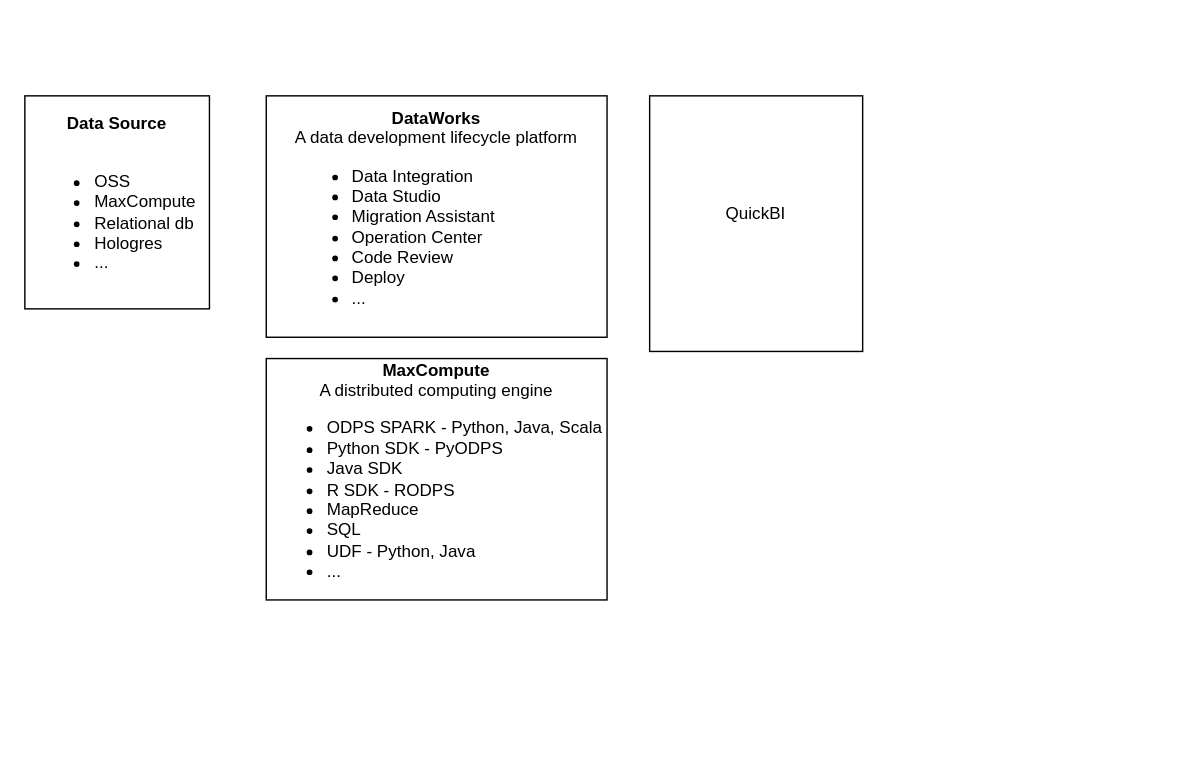
Before: review.drawio in huangdgm/drawio, a draw.io diagram. Source tidied: cells renumbered, new cells numbered last; positions are measured from the earlier drawing's top-left corner, leaving out a move shared by most shapes. Both pictures are drawn from the tidied source at 142%, with x=0, y=0 at pixel (24, 95).
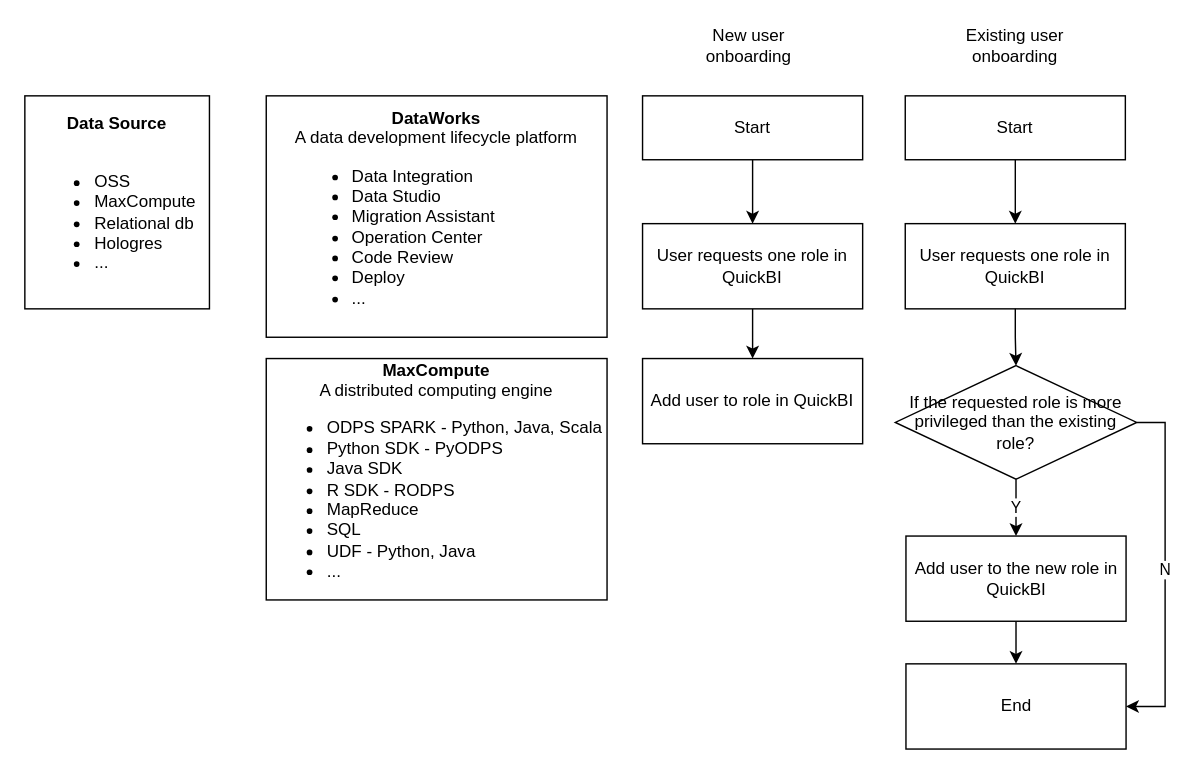
The same page after the edit.

The edit, as a diff of the source:
```diff
@@
+    <mxCell id="6" style="edgeStyle=orthogonalEdgeStyle;rounded=0;jettySize=auto;html=1;exitX=0.5;exitY=1;exitDx=0;exitDy=0;entryX=0.5;entryY=0;entryDx=0;entryDy=0;" parent="1" edge="1" source="2" target="8">
+      <mxGeometry relative="1" as="geometry" />
+    </mxCell>
-    <mxCell id="2" value="QuickBI&lt;br&gt;&lt;br&gt;" style="rounded=0;whiteSpace=wrap;html=1;" parent="1" vertex="1">
-      <mxGeometry x="440" width="150" height="180" as="geometry" />
+    <mxCell id="2" value="Start" style="rounded=0;whiteSpace=wrap;html=1;" parent="1" vertex="1">
+      <mxGeometry x="435" width="155" height="45" as="geometry" />
     </mxCell>
@@
+    <mxCell id="7" style="edgeStyle=orthogonalEdgeStyle;rounded=0;jettySize=auto;html=1;" parent="1" edge="1" source="8" target="9">
+      <mxGeometry relative="1" as="geometry" />
+    </mxCell>
+    <mxCell id="8" value="User requests one role in QuickBI" style="whiteSpace=wrap;html=1;rounded=0;" parent="1" vertex="1">
+      <mxGeometry x="435" y="90" width="155" height="60" as="geometry" />
+    </mxCell>
+    <mxCell id="9" value="Add user to role in QuickBI" style="whiteSpace=wrap;html=1;rounded=0;" parent="1" vertex="1">
+      <mxGeometry x="435" y="185" width="155" height="60" as="geometry" />
+    </mxCell>
+    <mxCell id="10" value="New user onboarding" style="text;html=1;strokeColor=none;fillColor=none;align=center;verticalAlign=middle;whiteSpace=wrap;rounded=0;" parent="1" vertex="1">
+      <mxGeometry x="480" y="-50" width="60" height="30" as="geometry" />
+    </mxCell>
+    <mxCell id="11" style="edgeStyle=orthogonalEdgeStyle;rounded=0;jettySize=auto;html=1;exitX=0.5;exitY=1;exitDx=0;exitDy=0;entryX=0.5;entryY=0;entryDx=0;entryDy=0;" parent="1" edge="1" source="12" target="14">
+      <mxGeometry relative="1" as="geometry" />
+    </mxCell>
+    <mxCell id="12" value="Start" style="rounded=0;whiteSpace=wrap;html=1;" parent="1" vertex="1">
+      <mxGeometry x="620" width="155" height="45" as="geometry" />
+    </mxCell>
+    <mxCell id="13" value="Y" style="edgeStyle=orthogonalEdgeStyle;rounded=0;jettySize=auto;html=1;" parent="1" edge="1" source="20" target="16">
+      <mxGeometry relative="1" as="geometry" />
+    </mxCell>
+    <mxCell id="14" value="User requests one role in QuickBI" style="whiteSpace=wrap;html=1;rounded=0;" parent="1" vertex="1">
+      <mxGeometry x="620" y="90" width="155" height="60" as="geometry" />
+    </mxCell>
+    <mxCell id="15" style="edgeStyle=orthogonalEdgeStyle;rounded=0;jettySize=auto;html=1;" parent="1" edge="1" source="16" target="21">
+      <mxGeometry relative="1" as="geometry" />
+    </mxCell>
+    <mxCell id="16" value="Add user to the new role in QuickBI" style="whiteSpace=wrap;html=1;rounded=0;" parent="1" vertex="1">
+      <mxGeometry x="620.5" y="310" width="155" height="60" as="geometry" />
+    </mxCell>
+    <mxCell id="17" value="Existing user onboarding" style="text;html=1;strokeColor=none;fillColor=none;align=center;verticalAlign=middle;whiteSpace=wrap;rounded=0;" parent="1" vertex="1">
+      <mxGeometry x="655" y="-50" width="85" height="30" as="geometry" />
+    </mxCell>
+    <mxCell id="18" style="edgeStyle=orthogonalEdgeStyle;rounded=0;jettySize=auto;html=1;" parent="1" edge="1" source="14" target="20">
+      <mxGeometry relative="1" as="geometry" />
+    </mxCell>
+    <mxCell id="19" value="N" style="edgeStyle=orthogonalEdgeStyle;rounded=0;jettySize=auto;html=1;exitX=1;exitY=0.5;exitDx=0;exitDy=0;entryX=1;entryY=0.5;entryDx=0;entryDy=0;" parent="1" edge="1" source="20" target="21">
+      <mxGeometry relative="1" as="geometry" />
+    </mxCell>
+    <mxCell id="20" value="If the requested role is more privileged than the existing role?" style="rhombus;whiteSpace=wrap;html=1;" parent="1" vertex="1">
+      <mxGeometry x="613" y="190" width="170" height="80" as="geometry" />
+    </mxCell>
+    <mxCell id="21" value="End" style="whiteSpace=wrap;html=1;rounded=0;" parent="1" vertex="1">
+      <mxGeometry x="620.5" y="400" width="155" height="60" as="geometry" />
+    </mxCell>
```
